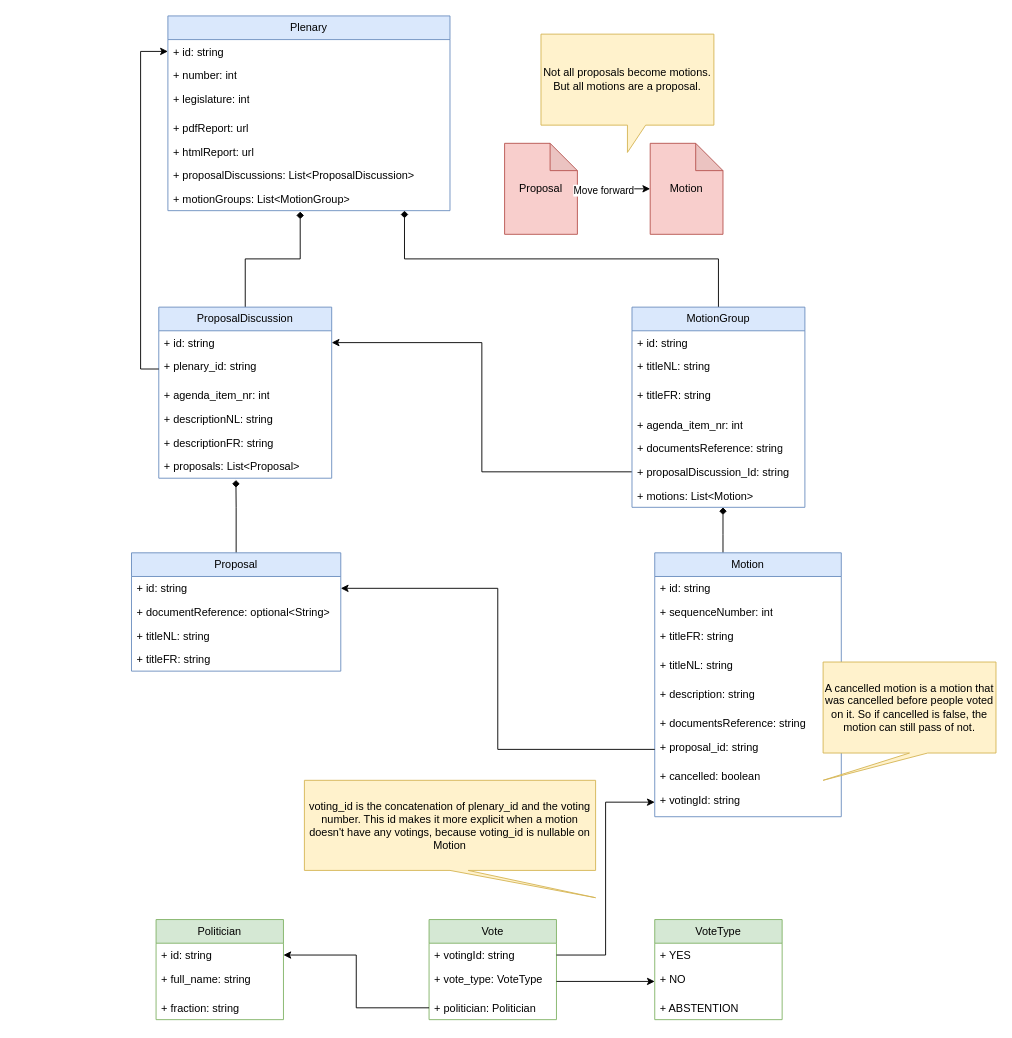
transparentdemocracy/backend keeps this draw.io diagram as doc/drawings/data-model.drawio. Above is the earlier version. Source tidied: cells renumbered, new cells numbered last; positions are measured from the earlier drawing's top-left corner, leaving out a move shared by most shapes. Both pictures are drawn from the tidied source at 91%, with x=0, y=0 at pixel (131, 15).
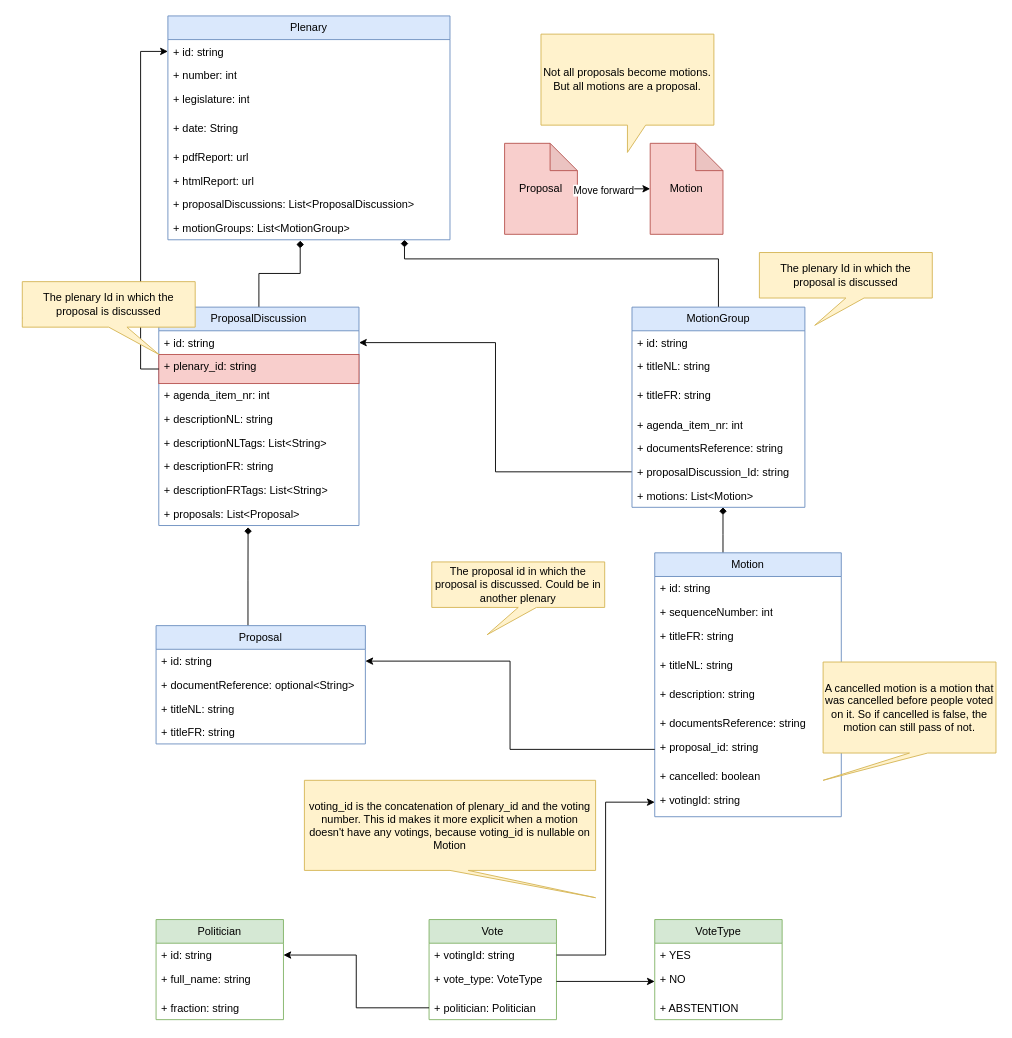
After the change.

Unchanged cells that the change refers to:
```xml
<mxCell id="5" value="+ id: string" style="text;strokeColor=none;fillColor=none;align=left;verticalAlign=top;spacingLeft=4;spacingRight=4;overflow=hidden;points=[[0,0.5],[1,0.5]];portConstraint=eastwest;whiteSpace=wrap;html=1;" parent="4" vertex="1">
  <mxGeometry y="26" width="310" height="26" as="geometry" />
</mxCell>
```

Diff of the diagram source:
```diff
@@
     <mxCell id="4" value="Plenary" style="swimlane;fontStyle=0;horizontal=1;startSize=26;fillColor=#dae8fc;whiteSpace=wrap;html=1;strokeColor=#6c8ebf;" parent="1" vertex="1">
-      <mxGeometry x="40" width="310" height="214" as="geometry" />
+      <mxGeometry x="40" width="310" height="246" as="geometry" />
     </mxCell>
@@
+    <mxCell id="69" value="+ date: String" style="text;strokeColor=none;fillColor=none;align=left;verticalAlign=top;spacingLeft=4;spacingRight=4;overflow=hidden;whiteSpace=wrap;html=1;" parent="4" vertex="1">
+      <mxGeometry y="110" width="310" height="32" as="geometry" />
+    </mxCell>
     <mxCell id="8" value="+ pdfReport: url" style="text;strokeColor=none;fillColor=none;align=left;verticalAlign=top;spacingLeft=4;spacingRight=4;overflow=hidden;whiteSpace=wrap;html=1;" parent="4" vertex="1">
-      <mxGeometry y="110" width="310" height="26" as="geometry" />
+      <mxGeometry y="142" width="310" height="26" as="geometry" />
     </mxCell>
     <mxCell id="9" value="+ htmlReport: url" style="text;strokeColor=none;fillColor=none;align=left;verticalAlign=top;spacingLeft=4;spacingRight=4;overflow=hidden;whiteSpace=wrap;html=1;" parent="4" vertex="1">
-      <mxGeometry y="136" width="310" height="26" as="geometry" />
+      <mxGeometry y="168" width="310" height="26" as="geometry" />
     </mxCell>
     <mxCell id="10" value="+ proposalDiscussions: List&amp;lt;ProposalDiscussion&amp;gt;" style="text;strokeColor=none;fillColor=none;align=left;verticalAlign=top;spacingLeft=4;spacingRight=4;overflow=hidden;whiteSpace=wrap;html=1;" parent="4" vertex="1">
-      <mxGeometry y="162" width="310" height="26" as="geometry" />
+      <mxGeometry y="194" width="310" height="26" as="geometry" />
     </mxCell>
     <mxCell id="11" value="+ motionGroups: List&amp;lt;MotionGroup&amp;gt;" style="text;strokeColor=none;fillColor=none;align=left;verticalAlign=top;spacingLeft=4;spacingRight=4;overflow=hidden;points=[[0,0.5],[1,0.5]];portConstraint=eastwest;whiteSpace=wrap;html=1;" parent="4" vertex="1">
-      <mxGeometry y="188" width="310" height="26" as="geometry" />
+      <mxGeometry y="220" width="310" height="26" as="geometry" />
     </mxCell>
     <mxCell id="12" value="ProposalDiscussion" style="swimlane;fontStyle=0;horizontal=1;startSize=26;fillColor=#dae8fc;whiteSpace=wrap;html=1;strokeColor=#6c8ebf;" parent="1" vertex="1">
-      <mxGeometry x="30" y="320" width="190" height="188" as="geometry" />
+      <mxGeometry x="30" y="320" width="220" height="240" as="geometry" />
     </mxCell>
     <mxCell id="13" value="+ id: string" style="text;strokeColor=none;fillColor=none;align=left;verticalAlign=top;spacingLeft=4;spacingRight=4;overflow=hidden;points=[[0,0.5],[1,0.5]];portConstraint=eastwest;whiteSpace=wrap;html=1;" parent="12" vertex="1">
-      <mxGeometry y="26" width="190" height="26" as="geometry" />
+      <mxGeometry y="26" width="220" height="26" as="geometry" />
     </mxCell>
-    <mxCell id="14" value="+ plenary_id: string" style="text;strokeColor=none;fillColor=none;align=left;verticalAlign=top;spacingLeft=4;spacingRight=4;overflow=hidden;points=[[0,0.5],[1,0.5]];portConstraint=eastwest;whiteSpace=wrap;html=1;" parent="12" vertex="1">
-      <mxGeometry y="52" width="190" height="32" as="geometry" />
+    <mxCell id="14" value="+ plenary_id: string" style="text;strokeColor=#b85450;fillColor=#f8cecc;align=left;verticalAlign=top;spacingLeft=4;spacingRight=4;overflow=hidden;points=[[0,0.5],[1,0.5]];portConstraint=eastwest;whiteSpace=wrap;html=1;" parent="12" vertex="1">
+      <mxGeometry y="52" width="220" height="32" as="geometry" />
     </mxCell>
     <mxCell id="15" value="+ agenda_item_nr: int" style="text;strokeColor=none;fillColor=none;align=left;verticalAlign=top;spacingLeft=4;spacingRight=4;overflow=hidden;whiteSpace=wrap;html=1;" parent="12" vertex="1">
-      <mxGeometry y="84" width="190" height="26" as="geometry" />
+      <mxGeometry y="84" width="220" height="26" as="geometry" />
     </mxCell>
     <mxCell id="16" value="+ descriptionNL: string" style="text;strokeColor=none;fillColor=none;align=left;verticalAlign=top;spacingLeft=4;spacingRight=4;overflow=hidden;whiteSpace=wrap;html=1;" parent="12" vertex="1">
-      <mxGeometry y="110" width="190" height="26" as="geometry" />
+      <mxGeometry y="110" width="220" height="26" as="geometry" />
     </mxCell>
+    <mxCell id="70" value="+ descriptionNLTags: List&amp;lt;String&amp;gt;" style="text;strokeColor=none;fillColor=none;align=left;verticalAlign=top;spacingLeft=4;spacingRight=4;overflow=hidden;whiteSpace=wrap;html=1;" parent="12" vertex="1">
+      <mxGeometry y="136" width="220" height="26" as="geometry" />
+    </mxCell>
     <mxCell id="17" value="+ descriptionFR: string" style="text;strokeColor=none;fillColor=none;align=left;verticalAlign=top;spacingLeft=4;spacingRight=4;overflow=hidden;whiteSpace=wrap;html=1;" parent="12" vertex="1">
-      <mxGeometry y="136" width="190" height="26" as="geometry" />
+      <mxGeometry y="162" width="220" height="26" as="geometry" />
     </mxCell>
+    <mxCell id="71" value="+ descriptionFRTags: List&amp;lt;String&amp;gt;" style="text;strokeColor=none;fillColor=none;align=left;verticalAlign=top;spacingLeft=4;spacingRight=4;overflow=hidden;whiteSpace=wrap;html=1;" parent="12" vertex="1">
+      <mxGeometry y="188" width="220" height="26" as="geometry" />
+    </mxCell>
     <mxCell id="18" value="+ proposals: List&amp;lt;Proposal&amp;gt;" style="text;strokeColor=none;fillColor=none;align=left;verticalAlign=top;spacingLeft=4;spacingRight=4;overflow=hidden;points=[[0,0.5],[1,0.5]];portConstraint=eastwest;whiteSpace=wrap;html=1;" parent="12" vertex="1">
-      <mxGeometry y="162" width="190" height="26" as="geometry" />
+      <mxGeometry y="214" width="220" height="26" as="geometry" />
     </mxCell>
@@
-    <mxCell id="30" style="edgeStyle=orthogonalEdgeStyle;rounded=0;jettySize=auto;html=1;entryX=0;entryY=0.5;entryDx=0;entryDy=0;exitX=0;exitY=0.5;exitDx=0;exitDy=0;" parent="1" edge="1" source="14" target="5">
+    <mxCell id="30" style="edgeStyle=orthogonalEdgeStyle;rounded=0;jettySize=auto;html=1;entryX=0;entryY=0.5;entryDx=0;entryDy=0;exitX=0;exitY=0.5;exitDx=0;exitDy=0;" parent="1" edge="1" source="73" target="5">
       <mxGeometry relative="1" as="geometry">
         <Array as="points">
-          <mxPoint x="10" y="388" />
           <mxPoint x="10" y="39" />
         </Array>
       </mxGeometry>
     </mxCell>
@@
     <mxCell id="52" style="edgeStyle=orthogonalEdgeStyle;rounded=0;jettySize=auto;html=1;endArrow=diamond;endFill=1;entryX=0.446;entryY=1.075;entryDx=0;entryDy=0;entryPerimeter=0;" parent="1" edge="1" source="53" target="18">
       <mxGeometry relative="1" as="geometry">
         <Array as="points">
-          <mxPoint x="115" y="540" />
-          <mxPoint x="115" y="540" />
+          <mxPoint x="128" y="620" />
+          <mxPoint x="128" y="620" />
         </Array>
       </mxGeometry>
     </mxCell>
     <mxCell id="53" value="Proposal" style="swimlane;fontStyle=0;horizontal=1;startSize=26;fillColor=#dae8fc;whiteSpace=wrap;html=1;strokeColor=#6c8ebf;" parent="1" vertex="1">
-      <mxGeometry y="590" width="230" height="130" as="geometry" />
+      <mxGeometry x="27" y="670" width="230" height="130" as="geometry" />
     </mxCell>
@@
+    <mxCell id="72" style="edgeStyle=orthogonalEdgeStyle;rounded=0;jettySize=auto;html=1;entryX=0;entryY=0.5;entryDx=0;entryDy=0;exitX=0;exitY=0.5;exitDx=0;exitDy=0;" parent="1" edge="1" source="14" target="73">
+      <mxGeometry relative="1" as="geometry">
+        <Array as="points">
+          <mxPoint x="10" y="388" />
+        </Array>
+      </mxGeometry>
+    </mxCell>
+    <mxCell id="73" value="The plenary Id in which the proposal is discussed" style="shape=callout;whiteSpace=wrap;html=1;perimeter=calloutPerimeter;fillColor=#fff2cc;strokeColor=#d6b656;position2=0.79;" parent="1" vertex="1">
+      <mxGeometry x="-120" y="292" width="190" height="80" as="geometry" />
+    </mxCell>
+    <mxCell id="74" value="The plenary Id in which the proposal is discussed" style="shape=callout;whiteSpace=wrap;html=1;perimeter=calloutPerimeter;fillColor=#fff2cc;strokeColor=#d6b656;position2=0.32;" parent="1" vertex="1">
+      <mxGeometry x="690" y="260" width="190" height="80" as="geometry" />
+    </mxCell>
+    <mxCell id="75" value="The proposal id in which the proposal is discussed. Could be in another plenary" style="shape=callout;whiteSpace=wrap;html=1;perimeter=calloutPerimeter;fillColor=#fff2cc;strokeColor=#d6b656;position2=0.32;" parent="1" vertex="1">
+      <mxGeometry x="330" y="600" width="190" height="80" as="geometry" />
+    </mxCell>
```
